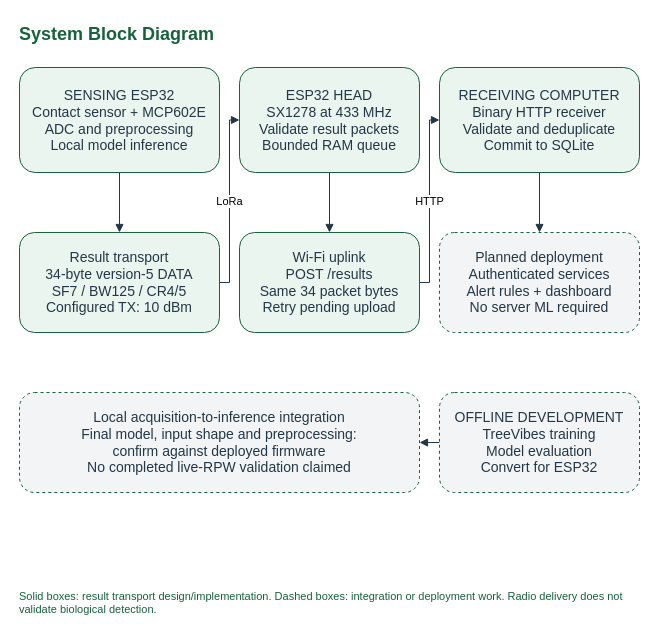
Battikhah/senior-design-report keeps this draw.io diagram as page "System Block Diagram" (1 of 8) of output/diagrams/Senior_Design_Section4_EdgeML.drawio.xml. Above is the earlier version. Source tidied: cells renumbered, new cells numbered last; positions are measured from the earlier drawing's top-left corner, leaving out a move shared by most shapes. Both pictures are drawn from the tidied source at 100%, with x=0, y=0 at pixel (17, 17).
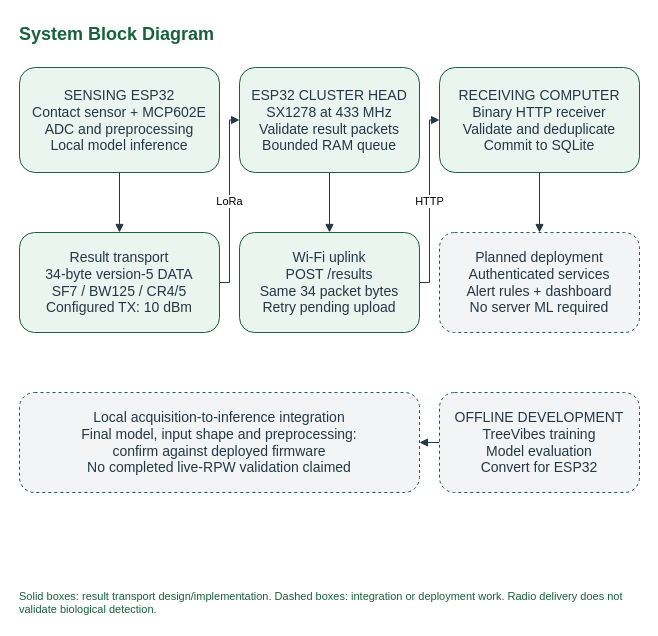
The same diagram, later.

What changed in the source:
```diff
@@
 <mxGraphModel>
   <root>
     <mxCell id="0" />
     <mxCell id="1" parent="0" />
     <mxCell id="2" value="System Block Diagram" style="text;html=1;fontSize=18;fontStyle=1;fontColor=#17613D;align=left;" parent="1" vertex="1">
       <mxGeometry width="624" height="30" as="geometry" />
     </mxCell>
     <mxCell id="3" style="edgeStyle=orthogonalEdgeStyle;rounded=0;html=1;endArrow=block;strokeColor=#243746;fontSize=11;labelBackgroundColor=#FFFFFF;exitX=0.5;exitY=1;entryX=0.5;entryY=0;" parent="1" edge="1" source="9" target="12">
       <mxGeometry relative="1" as="geometry" />
     </mxCell>
     <mxCell id="4" value="LoRa" style="edgeStyle=orthogonalEdgeStyle;rounded=0;html=1;endArrow=block;strokeColor=#243746;fontSize=11;labelBackgroundColor=#FFFFFF;exitX=1;exitY=0.5;entryX=0;entryY=0.5;" parent="1" edge="1" source="12" target="10">
       <mxGeometry relative="1" as="geometry" />
     </mxCell>
     <mxCell id="5" style="edgeStyle=orthogonalEdgeStyle;rounded=0;html=1;endArrow=block;strokeColor=#243746;fontSize=11;labelBackgroundColor=#FFFFFF;exitX=0.5;exitY=1;entryX=0.5;entryY=0;" parent="1" edge="1" source="10" target="13">
       <mxGeometry relative="1" as="geometry" />
     </mxCell>
     <mxCell id="6" value="HTTP" style="edgeStyle=orthogonalEdgeStyle;rounded=0;html=1;endArrow=block;strokeColor=#243746;fontSize=11;labelBackgroundColor=#FFFFFF;exitX=1;exitY=0.5;entryX=0;entryY=0.5;" parent="1" edge="1" source="13" target="11">
       <mxGeometry relative="1" as="geometry" />
     </mxCell>
     <mxCell id="7" style="edgeStyle=orthogonalEdgeStyle;rounded=0;html=1;endArrow=block;strokeColor=#243746;fontSize=11;labelBackgroundColor=#FFFFFF;exitX=0.5;exitY=1;entryX=0.5;entryY=0;" parent="1" edge="1" source="11" target="14">
       <mxGeometry relative="1" as="geometry" />
     </mxCell>
     <mxCell id="8" style="edgeStyle=orthogonalEdgeStyle;rounded=0;html=1;endArrow=block;strokeColor=#243746;fontSize=11;labelBackgroundColor=#FFFFFF;exitX=0;exitY=0.5;entryX=1;entryY=0.5;" parent="1" edge="1" source="16" target="15">
       <mxGeometry relative="1" as="geometry" />
     </mxCell>
     <mxCell id="9" value="SENSING ESP32&lt;br&gt;Contact sensor + MCP602E&lt;br&gt;ADC and preprocessing&lt;br&gt;Local model inference" style="rounded=1;whiteSpace=wrap;html=1;fillColor=#EAF5EF;strokeColor=#17613D;fontColor=#243746;fontSize=14;spacing=8;" parent="1" vertex="1">
       <mxGeometry x="2" y="50" width="200" height="105" as="geometry" />
     </mxCell>
-    <mxCell id="10" value="ESP32 HEAD&lt;br&gt;SX1278 at 433 MHz&lt;br&gt;Validate result packets&lt;br&gt;Bounded RAM queue" style="rounded=1;whiteSpace=wrap;html=1;fillColor=#EAF5EF;strokeColor=#17613D;fontColor=#243746;fontSize=14;spacing=8;" parent="1" vertex="1">
+    <mxCell id="10" value="ESP32 CLUSTER HEAD&lt;br&gt;SX1278 at 433 MHz&lt;br&gt;Validate result packets&lt;br&gt;Bounded RAM queue" style="rounded=1;whiteSpace=wrap;html=1;fillColor=#EAF5EF;strokeColor=#17613D;fontColor=#243746;fontSize=14;spacing=8;" parent="1" vertex="1">
       <mxGeometry x="222" y="50" width="180" height="105" as="geometry" />
     </mxCell>
     <mxCell id="11" value="RECEIVING COMPUTER&lt;br&gt;Binary HTTP receiver&lt;br&gt;Validate and deduplicate&lt;br&gt;Commit to SQLite" style="rounded=1;whiteSpace=wrap;html=1;fillColor=#EAF5EF;strokeColor=#17613D;fontColor=#243746;fontSize=14;spacing=8;" parent="1" vertex="1">
       <mxGeometry x="422" y="50" width="200" height="105" as="geometry" />
     </mxCell>
     <mxCell id="12" value="Result transport&lt;br&gt;34-byte version-5 DATA&lt;br&gt;SF7 / BW125 / CR4/5&lt;br&gt;Configured TX: 10 dBm" style="rounded=1;whiteSpace=wrap;html=1;fillColor=#EAF5EF;strokeColor=#17613D;fontColor=#243746;fontSize=14;spacing=8;" parent="1" vertex="1">
       <mxGeometry x="2" y="215" width="200" height="100" as="geometry" />
     </mxCell>
     <mxCell id="13" value="Wi-Fi uplink&lt;br&gt;POST /results&lt;br&gt;Same 34 packet bytes&lt;br&gt;Retry pending upload" style="rounded=1;whiteSpace=wrap;html=1;fillColor=#EAF5EF;strokeColor=#17613D;fontColor=#243746;fontSize=14;spacing=8;" parent="1" vertex="1">
       <mxGeometry x="222" y="215" width="180" height="100" as="geometry" />
     </mxCell>
     <mxCell id="14" value="Planned deployment&lt;br&gt;Authenticated services&lt;br&gt;Alert rules + dashboard&lt;br&gt;No server ML required" style="rounded=1;whiteSpace=wrap;html=1;fillColor=#F2F4F6;strokeColor=#17613D;fontColor=#243746;fontSize=14;spacing=8;dashed=1;" parent="1" vertex="1">
       <mxGeometry x="422" y="215" width="200" height="100" as="geometry" />
     </mxCell>
     <mxCell id="15" value="Local acquisition-to-inference integration&lt;br&gt;Final model, input shape and preprocessing:&lt;br&gt;confirm against deployed firmware&lt;br&gt;No completed live-RPW validation claimed" style="rounded=1;whiteSpace=wrap;html=1;fillColor=#F2F4F6;strokeColor=#17613D;fontColor=#243746;fontSize=14;spacing=8;dashed=1;" parent="1" vertex="1">
       <mxGeometry x="2" y="375" width="400" height="100" as="geometry" />
     </mxCell>
     <mxCell id="16" value="OFFLINE DEVELOPMENT&lt;br&gt;TreeVibes training&lt;br&gt;Model evaluation&lt;br&gt;Convert for ESP32" style="rounded=1;whiteSpace=wrap;html=1;fillColor=#F2F4F6;strokeColor=#17613D;fontColor=#243746;fontSize=14;spacing=8;dashed=1;" parent="1" vertex="1">
       <mxGeometry x="422" y="375" width="200" height="100" as="geometry" />
     </mxCell>
     <mxCell id="17" value="Solid boxes: result transport design/implementation. Dashed boxes: integration or deployment work. Radio delivery does not validate biological detection." style="text;html=1;whiteSpace=wrap;align=left;fontSize=11;fontColor=#17613D;" parent="1" vertex="1">
       <mxGeometry y="566" width="624" height="36" as="geometry" />
     </mxCell>
   </root>
 </mxGraphModel>
```
